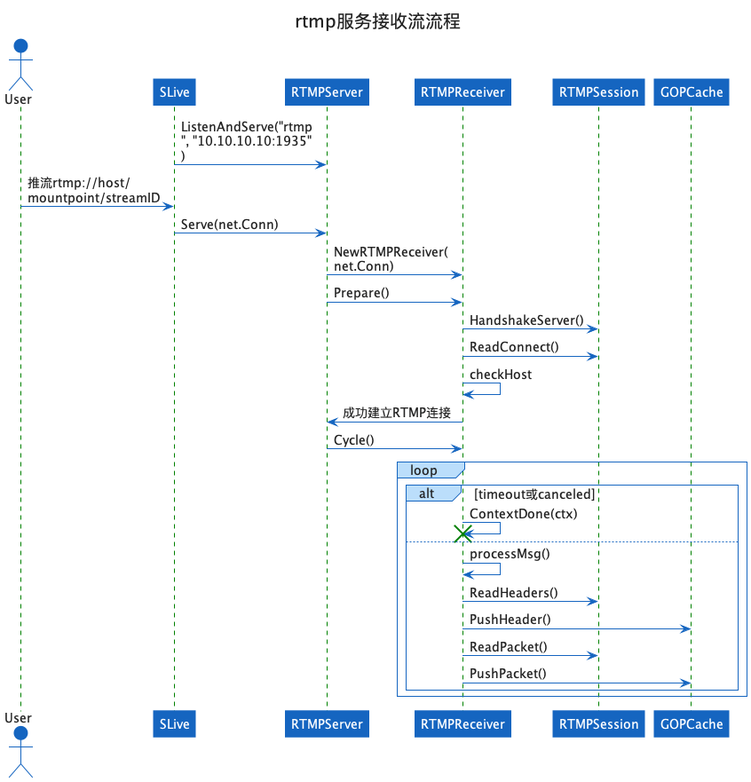
willsun888/somecode keeps this PlantUML diagram as plantuml/out/slive/rtmpserver_sequence/rtmpserver-sequence.png. Above is the earlier version. Its diagram source:
```plantuml
@startuml rtmpserver-sequence
!include https://unpkg.com/plantuml-style-c4@latest/core.puml

title <size:20>rtmp服务接收流流程</size>

actor User
participant "SLive" as SLive
participant "RTMPServer" as RTMPServer
participant "RTMPReceiver" as RTMPReceiver
participant "RTMPSession" as RTMPSession
participant "GOPCache" as GOPCache

SLive->RTMPServer: ListenAndServe("rtmp", "10.10.10.10:1935")
User->SLive: 推流rtmp://host/mountpoint/streamID
SLive->RTMPServer: Serve(net.Conn)
RTMPServer->RTMPReceiver: NewRTMPReceiver(net.Conn)
RTMPServer->RTMPReceiver: Prepare()
RTMPReceiver->RTMPSession: HandshakeServer()
RTMPReceiver->RTMPSession: ReadConnect()
RTMPReceiver->RTMPReceiver: checkHost
RTMPReceiver->RTMPServer: 成功建立RTMP连接
RTMPServer->RTMPReceiver: Cycle()
loop
    alt timeout或canceled
        RTMPReceiver->RTMPReceiver: ContextDone(ctx)
        destroy RTMPReceiver
    else
        RTMPReceiver->RTMPReceiver: processMsg()
        RTMPReceiver->RTMPSession: ReadHeaders()
        RTMPReceiver->GOPCache: PushHeader()
        RTMPReceiver->RTMPSession: ReadPacket()
        RTMPReceiver->GOPCache: PushPacket()
    end
end
@enduml
```
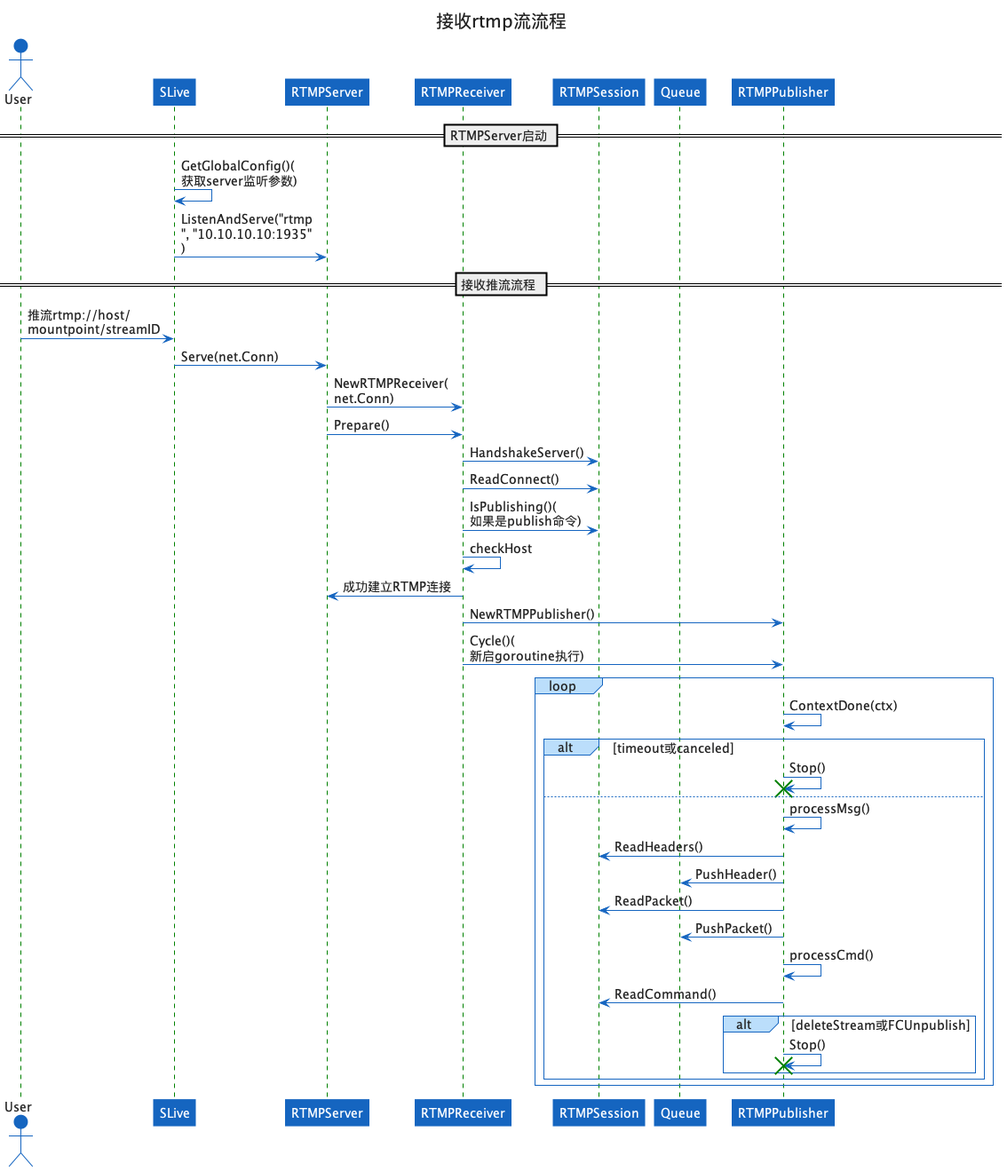
Later version of the same file.

Change to the diagram source:
```diff
@@ -1,35 +1,47 @@
 @startuml rtmpserver-sequence
 !include https://unpkg.com/plantuml-style-c4@latest/core.puml
 
-title <size:20>rtmp服务接收流流程</size>
+title <size:20>接收rtmp流流程</size>
 
 actor User
 participant "SLive" as SLive
 participant "RTMPServer" as RTMPServer
 participant "RTMPReceiver" as RTMPReceiver
 participant "RTMPSession" as RTMPSession
-participant "GOPCache" as GOPCache
+participant "Queue" as GOPCache
 
+== RTMPServer启动 ==
+SLive->SLive: GetGlobalConfig()(获取server监听参数)
 SLive->RTMPServer: ListenAndServe("rtmp", "10.10.10.10:1935")
+== 接收推流流程 ==
 User->SLive: 推流rtmp://host/mountpoint/streamID
 SLive->RTMPServer: Serve(net.Conn)
 RTMPServer->RTMPReceiver: NewRTMPReceiver(net.Conn)
 RTMPServer->RTMPReceiver: Prepare()
 RTMPReceiver->RTMPSession: HandshakeServer()
 RTMPReceiver->RTMPSession: ReadConnect()
+RTMPReceiver->RTMPSession: IsPublishing()(如果是publish命令)
 RTMPReceiver->RTMPReceiver: checkHost
 RTMPReceiver->RTMPServer: 成功建立RTMP连接
-RTMPServer->RTMPReceiver: Cycle()
+RTMPReceiver->RTMPPublisher: NewRTMPPublisher()
+RTMPReceiver->RTMPPublisher: Cycle()(新启goroutine执行)
 loop
+    RTMPPublisher->RTMPPublisher: ContextDone(ctx)
     alt timeout或canceled
-        RTMPReceiver->RTMPReceiver: ContextDone(ctx)
-        destroy RTMPReceiver
+        RTMPPublisher->RTMPPublisher: Stop()
+        destroy RTMPPublisher
     else
-        RTMPReceiver->RTMPReceiver: processMsg()
-        RTMPReceiver->RTMPSession: ReadHeaders()
-        RTMPReceiver->GOPCache: PushHeader()
-        RTMPReceiver->RTMPSession: ReadPacket()
-        RTMPReceiver->GOPCache: PushPacket()
+        RTMPPublisher->RTMPPublisher: processMsg()
+        RTMPPublisher->RTMPSession: ReadHeaders()
+        RTMPPublisher->GOPCache: PushHeader()
+        RTMPPublisher->RTMPSession: ReadPacket()
+        RTMPPublisher->GOPCache: PushPacket()
+        RTMPPublisher->RTMPPublisher: processCmd()
+        RTMPPublisher->RTMPSession: ReadCommand()
+        alt deleteStream或FCUnpublish
+            RTMPPublisher->RTMPPublisher: Stop()
+            destroy RTMPPublisher
+        end
     end
 end
 @enduml
```
